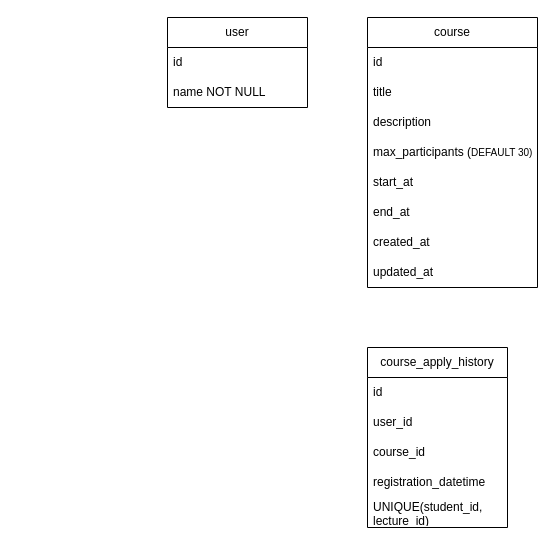
Earlier version of the draw.io diagram erd.drawio (getBlackBadge/2nd-clean-architecture). Source tidied: cells renumbered, new cells numbered last; positions are measured from the earlier drawing's top-left corner, leaving out a move shared by most shapes. Both pictures are drawn from the tidied source at 100%, with x=0, y=0 at pixel (167, 17).
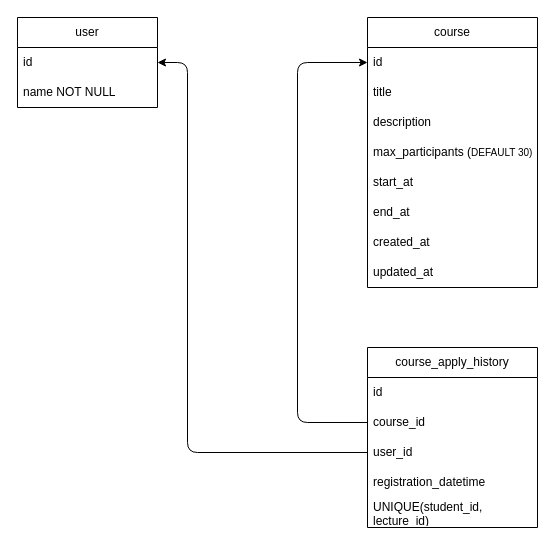
After the change.

Commit message (it also covers changes not shown here):
[final] README로 DB구조 설명

The change refers to these unchanged cells:
```xml
<mxCell id="3" value="id" style="text;strokeColor=none;fillColor=none;align=left;verticalAlign=middle;spacingLeft=4;spacingRight=4;overflow=hidden;points=[[0,0.5],[1,0.5]];portConstraint=eastwest;whiteSpace=wrap;html=1;" parent="2" vertex="1">
  <mxGeometry y="30" width="140" height="30" as="geometry" />
</mxCell>
<mxCell id="6" value="id" style="text;strokeColor=none;fillColor=none;align=left;verticalAlign=middle;spacingLeft=4;spacingRight=4;overflow=hidden;points=[[0,0.5],[1,0.5]];portConstraint=eastwest;whiteSpace=wrap;html=1;" parent="5" vertex="1">
  <mxGeometry y="30" width="170" height="30" as="geometry" />
</mxCell>
```

What changed in the source:
```diff
@@
     <mxCell id="2" value="user" style="swimlane;fontStyle=0;horizontal=1;startSize=30;whiteSpace=wrap;html=1;" parent="1" vertex="1">
-      <mxGeometry width="140" height="90" as="geometry" />
+      <mxGeometry x="-150" width="140" height="90" as="geometry" />
     </mxCell>
@@
     <mxCell id="14" value="course_apply_history" style="swimlane;fontStyle=0;horizontal=1;startSize=30;whiteSpace=wrap;html=1;" parent="1" vertex="1">
-      <mxGeometry x="200" y="330" width="140" height="180" as="geometry" />
+      <mxGeometry x="200" y="330" width="170" height="180" as="geometry" />
     </mxCell>
     <mxCell id="15" value="id" style="text;strokeColor=none;fillColor=none;align=left;verticalAlign=middle;spacingLeft=4;spacingRight=4;overflow=hidden;whiteSpace=wrap;html=1;" parent="14" vertex="1">
-      <mxGeometry y="30" width="140" height="30" as="geometry" />
+      <mxGeometry y="30" width="170" height="30" as="geometry" />
     </mxCell>
+    <mxCell id="17" value="course_id" style="text;strokeColor=none;fillColor=none;align=left;verticalAlign=middle;spacingLeft=4;spacingRight=4;overflow=hidden;points=[[0,0.5],[1,0.5]];portConstraint=eastwest;whiteSpace=wrap;html=1;" parent="14" vertex="1">
+      <mxGeometry y="60" width="170" height="30" as="geometry" />
+    </mxCell>
     <mxCell id="16" value="user_id" style="text;strokeColor=none;fillColor=none;align=left;verticalAlign=middle;spacingLeft=4;spacingRight=4;overflow=hidden;points=[[0,0.5],[1,0.5]];portConstraint=eastwest;whiteSpace=wrap;html=1;" parent="14" vertex="1">
-      <mxGeometry y="60" width="140" height="30" as="geometry" />
+      <mxGeometry y="90" width="170" height="30" as="geometry" />
     </mxCell>
-    <mxCell id="17" value="course_id" style="text;strokeColor=none;fillColor=none;align=left;verticalAlign=middle;spacingLeft=4;spacingRight=4;overflow=hidden;points=[[0,0.5],[1,0.5]];portConstraint=eastwest;whiteSpace=wrap;html=1;" parent="14" vertex="1">
-      <mxGeometry y="90" width="140" height="30" as="geometry" />
-    </mxCell>
     <mxCell id="18" value="registration_datetime" style="text;strokeColor=none;fillColor=none;align=left;verticalAlign=middle;spacingLeft=4;spacingRight=4;overflow=hidden;whiteSpace=wrap;html=1;" parent="14" vertex="1">
-      <mxGeometry y="120" width="140" height="30" as="geometry" />
+      <mxGeometry y="120" width="170" height="30" as="geometry" />
     </mxCell>
     <mxCell id="19" value="&lt;span class=&quot;hljs-keyword&quot;&gt;UNIQUE&lt;/span&gt;(student_id, lecture_id)&amp;nbsp;&amp;nbsp;" style="text;strokeColor=none;fillColor=none;align=left;verticalAlign=middle;spacingLeft=4;spacingRight=4;overflow=hidden;whiteSpace=wrap;html=1;" parent="14" vertex="1">
-      <mxGeometry y="150" width="140" height="30" as="geometry" />
+      <mxGeometry y="150" width="170" height="30" as="geometry" />
     </mxCell>
+    <mxCell id="20" style="edgeStyle=none;html=1;exitX=0;exitY=0.5;exitDx=0;exitDy=0;entryX=0;entryY=0.5;entryDx=0;entryDy=0;" parent="1" edge="1" source="17" target="6">
+      <mxGeometry relative="1" as="geometry">
+        <Array as="points">
+          <mxPoint x="130" y="405" />
+          <mxPoint x="130" y="45" />
+        </Array>
+      </mxGeometry>
+    </mxCell>
+    <mxCell id="21" style="edgeStyle=none;html=1;exitX=0;exitY=0.5;exitDx=0;exitDy=0;entryX=1;entryY=0.5;entryDx=0;entryDy=0;" parent="1" edge="1" source="16" target="3">
+      <mxGeometry relative="1" as="geometry">
+        <Array as="points">
+          <mxPoint x="20" y="435" />
+          <mxPoint x="20" y="45" />
+        </Array>
+      </mxGeometry>
+    </mxCell>
```
